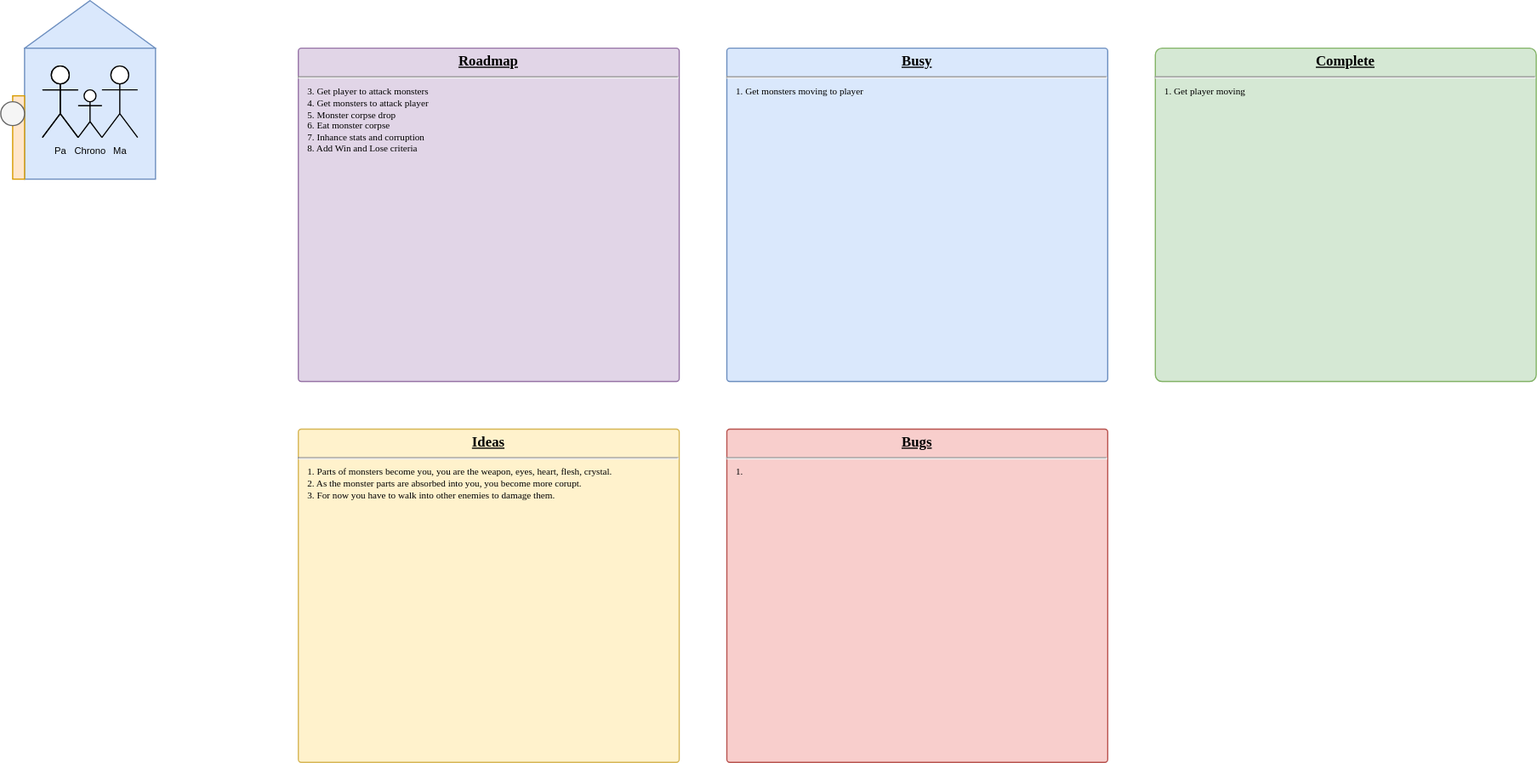
The draw.io diagram Planning.svg in bitbear101/Insatiable, before a commit. Source tidied: cells renumbered, new cells last; positions are measured from the earlier drawing's top-left corner, leaving out a move shared by most shapes.
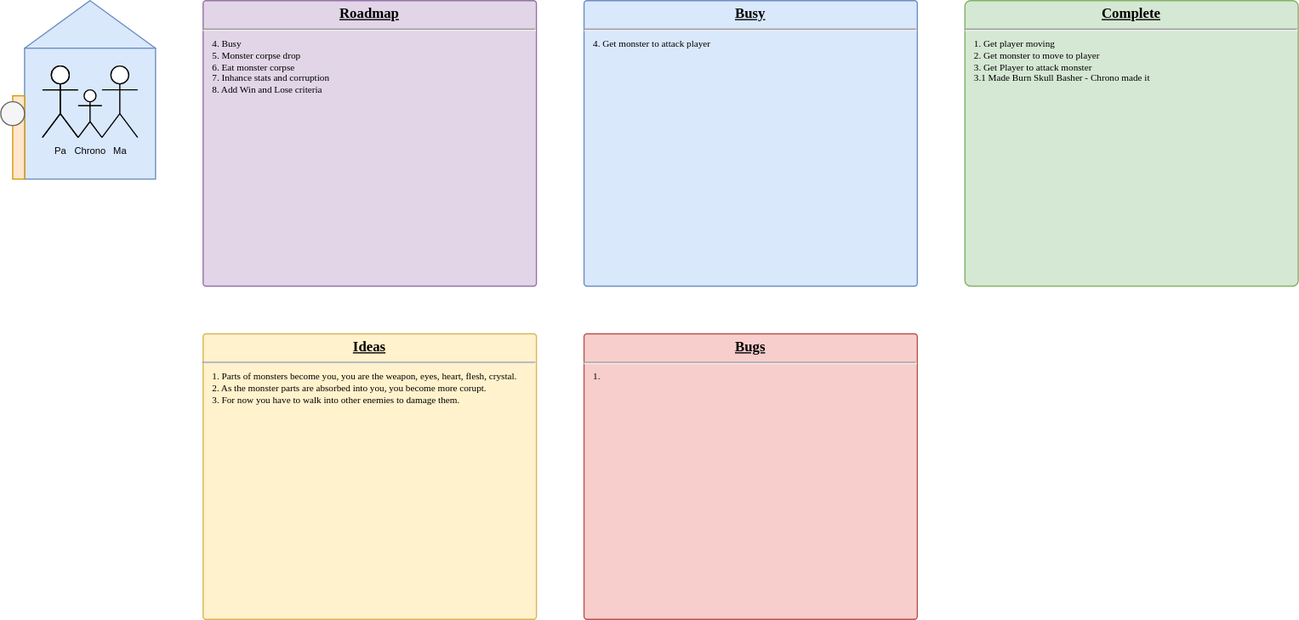
The same file after the commit.

Change to the diagram source:
```diff
@@ -8,11 +8,11 @@
     <mxCell id="3" style="whiteSpace=wrap;html=1;fontSize=8;fillColor=#dae8fc;strokeColor=#6c8ebf;" parent="1" vertex="1">
       <mxGeometry x="20" y="40" width="110" height="110" as="geometry" />
     </mxCell>
-    <mxCell id="4" value="&lt;p style=&quot;margin: 0px ; margin-top: 4px ; text-align: center ; text-decoration: underline&quot;&gt;&lt;b&gt;Complete&lt;/b&gt;&lt;/p&gt;&lt;hr&gt;&lt;p style=&quot;margin: 0px 0px 0px 8px ; font-size: 8px&quot;&gt;1. Get player moving&lt;/p&gt;" style="verticalAlign=top;align=left;overflow=fill;fontSize=12;fontFamily=JetBrains Mono;html=1;strokeColor=#82b366;shadow=0;fillColor=#d5e8d4;fontSource=https%3A%2F%2Ffonts.googleapis.com%2Fcss%3Ffamily%3DJetBrains%2BMono;whiteSpace=wrap;glass=0;rounded=1;arcSize=2;imageHeight=24;" parent="1" vertex="1">
-      <mxGeometry x="970" y="40" width="320" height="280" as="geometry" />
+    <mxCell id="4" value="&lt;p style=&quot;margin: 0px ; margin-top: 4px ; text-align: center ; text-decoration: underline&quot;&gt;&lt;b&gt;Complete&lt;/b&gt;&lt;/p&gt;&lt;hr&gt;&lt;p style=&quot;margin: 0px 0px 0px 8px ; font-size: 8px&quot;&gt;1. Get player moving&lt;/p&gt;&lt;p style=&quot;margin: 0px 0px 0px 8px ; font-size: 8px&quot;&gt;2. Get monster to move to player&lt;/p&gt;&lt;p style=&quot;margin: 0px 0px 0px 8px ; font-size: 8px&quot;&gt;3. Get Player to attack monster&lt;/p&gt;&lt;p style=&quot;margin: 0px 0px 0px 8px ; font-size: 8px&quot;&gt;3.1 Made Burn Skull Basher - Chrono made it&lt;/p&gt;" style="verticalAlign=top;align=left;overflow=fill;fontSize=12;fontFamily=JetBrains Mono;html=1;strokeColor=#82b366;shadow=0;fillColor=#d5e8d4;fontSource=https%3A%2F%2Ffonts.googleapis.com%2Fcss%3Ffamily%3DJetBrains%2BMono;whiteSpace=wrap;glass=0;rounded=1;arcSize=2;imageHeight=24;" parent="1" vertex="1">
+      <mxGeometry x="810" width="280" height="240" as="geometry" />
     </mxCell>
     <mxCell id="5" value="&lt;p style=&quot;margin: 0px ; margin-top: 4px ; text-align: center ; text-decoration: underline&quot;&gt;&lt;b&gt;Ideas&lt;/b&gt;&lt;/p&gt;&lt;hr&gt;&lt;p style=&quot;margin: 0px 0px 0px 8px ; font-size: 8px&quot;&gt;1. Parts of monsters become you, you are the weapon, eyes,&lt;span&gt;&amp;nbsp;heart, flesh, crystal.&lt;/span&gt;&lt;/p&gt;&lt;p style=&quot;margin: 0px 0px 0px 8px ; font-size: 8px&quot;&gt;&lt;span&gt;2. As the monster parts are absorbed into you, you become more corupt.&lt;/span&gt;&lt;/p&gt;&lt;p style=&quot;margin: 0px 0px 0px 8px ; font-size: 8px&quot;&gt;&lt;span&gt;3. For now you have to walk into other enemies to damage them.&lt;/span&gt;&lt;/p&gt;&lt;p style=&quot;margin: 0px 0px 0px 8px ; font-size: 8px&quot;&gt;&lt;span&gt;&lt;br&gt;&lt;/span&gt;&lt;/p&gt;&lt;p style=&quot;margin: 0px 0px 0px 8px ; font-size: 8px&quot;&gt;&lt;span&gt;&lt;br&gt;&lt;/span&gt;&lt;/p&gt;" style="verticalAlign=top;align=left;overflow=fill;fontSize=12;fontFamily=JetBrains Mono;html=1;strokeColor=#d6b656;shadow=0;fillColor=#fff2cc;fontSource=https%3A%2F%2Ffonts.googleapis.com%2Fcss%3Ffamily%3DJetBrains%2BMono;whiteSpace=wrap;rounded=1;arcSize=5;absoluteArcSize=1;" parent="1" vertex="1">
-      <mxGeometry x="250" y="360" width="320" height="280" as="geometry" />
+      <mxGeometry x="170" y="280" width="280" height="240" as="geometry" />
     </mxCell>
     <mxCell id="6" value="Pa" style="shape=umlActor;verticalLabelPosition=bottom;verticalAlign=top;html=1;fontSize=8;" parent="1" vertex="1">
       <mxGeometry x="35" y="55" width="30" height="60" as="geometry" />
@@ -33,13 +33,13 @@
       <mxGeometry y="85" width="20" height="20" as="geometry" />
     </mxCell>
     <mxCell id="12" value="&lt;p style=&quot;margin: 0px ; margin-top: 4px ; text-align: center ; text-decoration: underline&quot;&gt;&lt;b&gt;Bugs&lt;/b&gt;&lt;/p&gt;&lt;hr&gt;&lt;p style=&quot;margin: 0px 0px 0px 8px ; font-size: 8px&quot;&gt;1.&amp;nbsp;&lt;/p&gt;" style="verticalAlign=top;align=left;overflow=fill;fontSize=12;fontFamily=JetBrains Mono;html=1;strokeColor=#b85450;shadow=0;fillColor=#f8cecc;fontSource=https%3A%2F%2Ffonts.googleapis.com%2Fcss%3Ffamily%3DJetBrains%2BMono;whiteSpace=wrap;glass=0;rounded=1;arcSize=5;imageHeight=24;absoluteArcSize=1;" parent="1" vertex="1">
-      <mxGeometry x="610" y="360" width="320" height="280" as="geometry" />
+      <mxGeometry x="490" y="280" width="280" height="240" as="geometry" />
     </mxCell>
-    <mxCell id="13" value="&lt;p style=&quot;margin: 0px ; margin-top: 4px ; text-align: center ; text-decoration: underline&quot;&gt;&lt;b&gt;Busy&lt;/b&gt;&lt;/p&gt;&lt;hr&gt;&lt;p style=&quot;margin: 0px 0px 0px 8px ; font-size: 8px&quot;&gt;1. Get monsters moving to player&lt;/p&gt;" style="verticalAlign=top;align=left;overflow=fill;fontSize=12;fontFamily=JetBrains Mono;html=1;strokeColor=#6c8ebf;shadow=0;fillColor=#dae8fc;fontSource=https%3A%2F%2Ffonts.googleapis.com%2Fcss%3Ffamily%3DJetBrains%2BMono;whiteSpace=wrap;glass=0;rounded=1;arcSize=5;imageHeight=24;absoluteArcSize=1;" parent="1" vertex="1">
-      <mxGeometry x="610" y="40" width="320" height="280" as="geometry" />
+    <mxCell id="13" value="&lt;p style=&quot;margin: 0px ; margin-top: 4px ; text-align: center ; text-decoration: underline&quot;&gt;&lt;b&gt;Busy&lt;/b&gt;&lt;/p&gt;&lt;hr&gt;&lt;p style=&quot;margin: 0px 0px 0px 8px ; font-size: 8px&quot;&gt;4. Get monster to attack player&lt;/p&gt;" style="verticalAlign=top;align=left;overflow=fill;fontSize=12;fontFamily=JetBrains Mono;html=1;strokeColor=#6c8ebf;shadow=0;fillColor=#dae8fc;fontSource=https%3A%2F%2Ffonts.googleapis.com%2Fcss%3Ffamily%3DJetBrains%2BMono;whiteSpace=wrap;glass=0;rounded=1;arcSize=5;imageHeight=24;absoluteArcSize=1;" parent="1" vertex="1">
+      <mxGeometry x="490" width="280" height="240" as="geometry" />
     </mxCell>
-    <mxCell id="14" value="&lt;p style=&quot;margin: 0px ; margin-top: 4px ; text-align: center ; text-decoration: underline&quot;&gt;&lt;b&gt;Roadmap&lt;/b&gt;&lt;/p&gt;&lt;hr&gt;&lt;p style=&quot;margin: 0px 0px 0px 8px ; font-size: 8px&quot;&gt;&lt;span style=&quot;background-color: initial;&quot;&gt;3. Get player to attack monsters&lt;/span&gt;&lt;br&gt;&lt;/p&gt;&lt;p style=&quot;margin: 0px 0px 0px 8px ; font-size: 8px&quot;&gt;4. Get monsters to attack player&lt;/p&gt;&lt;p style=&quot;margin: 0px 0px 0px 8px ; font-size: 8px&quot;&gt;5. Monster corpse drop&lt;/p&gt;&lt;p style=&quot;margin: 0px 0px 0px 8px ; font-size: 8px&quot;&gt;6. Eat monster corpse&lt;/p&gt;&lt;p style=&quot;margin: 0px 0px 0px 8px ; font-size: 8px&quot;&gt;7. Inhance stats and corruption&lt;/p&gt;&lt;p style=&quot;margin: 0px 0px 0px 8px ; font-size: 8px&quot;&gt;8. Add Win and Lose criteria&lt;/p&gt;" style="verticalAlign=top;align=left;overflow=fill;fontSize=12;fontFamily=JetBrains Mono;html=1;strokeColor=#9673a6;shadow=0;fillColor=#e1d5e7;fontSource=https%3A%2F%2Ffonts.googleapis.com%2Fcss%3Ffamily%3DJetBrains%2BMono;whiteSpace=wrap;glass=0;rounded=1;arcSize=5;imageHeight=24;absoluteArcSize=1;" parent="1" vertex="1">
-      <mxGeometry x="250" y="40" width="320" height="280" as="geometry" />
+    <mxCell id="14" value="&lt;p style=&quot;margin: 0px ; margin-top: 4px ; text-align: center ; text-decoration: underline&quot;&gt;&lt;b&gt;Roadmap&lt;/b&gt;&lt;/p&gt;&lt;hr&gt;&lt;p style=&quot;margin: 0px 0px 0px 8px ; font-size: 8px&quot;&gt;&lt;span style=&quot;background-color: initial;&quot;&gt;4. Busy&lt;/span&gt;&lt;br&gt;&lt;/p&gt;&lt;p style=&quot;margin: 0px 0px 0px 8px ; font-size: 8px&quot;&gt;5. Monster corpse drop&lt;/p&gt;&lt;p style=&quot;margin: 0px 0px 0px 8px ; font-size: 8px&quot;&gt;6. Eat monster corpse&lt;/p&gt;&lt;p style=&quot;margin: 0px 0px 0px 8px ; font-size: 8px&quot;&gt;7. Inhance stats and corruption&lt;/p&gt;&lt;p style=&quot;margin: 0px 0px 0px 8px ; font-size: 8px&quot;&gt;8. Add Win and Lose criteria&lt;/p&gt;" style="verticalAlign=top;align=left;overflow=fill;fontSize=12;fontFamily=JetBrains Mono;html=1;strokeColor=#9673a6;shadow=0;fillColor=#e1d5e7;fontSource=https%3A%2F%2Ffonts.googleapis.com%2Fcss%3Ffamily%3DJetBrains%2BMono;whiteSpace=wrap;glass=0;rounded=1;arcSize=5;imageHeight=24;absoluteArcSize=1;" parent="1" vertex="1">
+      <mxGeometry x="170" width="280" height="240" as="geometry" />
     </mxCell>
   </root>
 </mxGraphModel>
```
